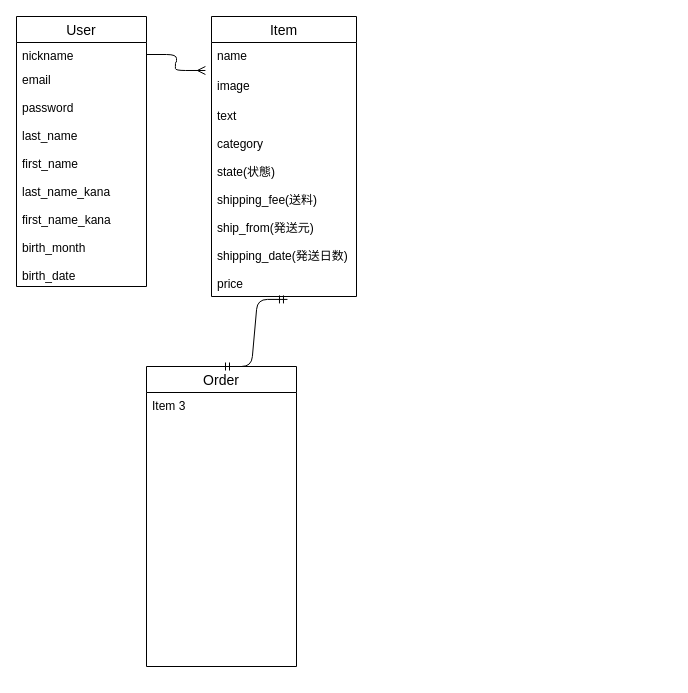
Above: er.dio in masataku/furima-32994 (draw.io), before the change. Source tidied: cells renumbered, new cells numbered last; positions are measured from the earlier drawing's top-left corner, leaving out a move shared by most shapes. Both pictures are drawn from the tidied source at 100%, with x=0, y=0 at pixel (16, 16).
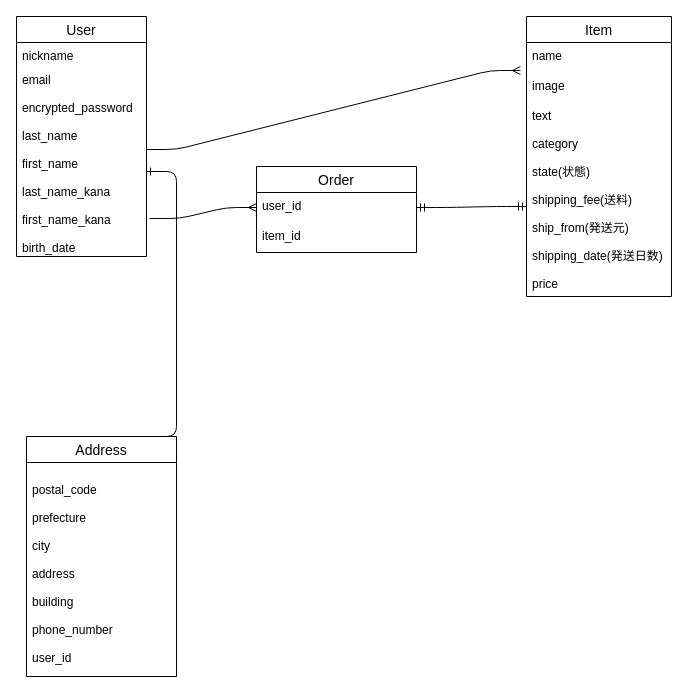
After the change.

Commit message (it also covers changes not shown here):
ER図とREADMEの修正

What changed in the source:
```diff
@@
 <mxGraphModel>
   <root>
     <mxCell id="0" />
     <mxCell id="1" parent="0" />
     <mxCell id="2" value="Item" style="swimlane;fontStyle=0;horizontal=1;startSize=26;align=center;fontSize=14;" parent="1" vertex="1">
-      <mxGeometry x="195" width="145" height="280" as="geometry" />
+      <mxGeometry x="510" width="145" height="280" as="geometry" />
     </mxCell>
     <mxCell id="3" value="name&#10;&#10;" style="text;strokeColor=none;fillColor=none;spacingLeft=4;spacingRight=4;overflow=hidden;fontSize=12;" parent="2" vertex="1">
       <mxGeometry y="26" width="145" height="30" as="geometry" />
     </mxCell>
     <mxCell id="4" value="image&#10;" style="text;strokeColor=none;fillColor=none;spacingLeft=4;spacingRight=4;overflow=hidden;points=[[0,0.5],[1,0.5]];portConstraint=eastwest;fontSize=12;" parent="2" vertex="1">
       <mxGeometry y="56" width="145" height="30" as="geometry" />
     </mxCell>
     <mxCell id="5" value="text&#10;&#10;category&#10;&#10;state(状態)&#10;&#10;shipping_fee(送料)&#10;&#10;ship_from(発送元)&#10;&#10;shipping_date(発送日数)&#10;&#10;price" style="text;strokeColor=none;fillColor=none;spacingLeft=4;spacingRight=4;overflow=hidden;points=[[0,0.5],[1,0.5]];portConstraint=eastwest;fontSize=12;" parent="2" vertex="1">
       <mxGeometry y="86" width="145" height="194" as="geometry" />
     </mxCell>
-    <mxCell id="6" value="Order" style="swimlane;fontStyle=0;horizontal=1;startSize=26;align=center;fontSize=14;" parent="1" vertex="1">
-      <mxGeometry x="130" y="350" width="150" height="300" as="geometry" />
+    <mxCell id="6" value="Address" style="swimlane;fontStyle=0;horizontal=1;startSize=26;align=center;fontSize=14;" parent="1" vertex="1">
+      <mxGeometry x="10" y="420" width="150" height="240" as="geometry" />
     </mxCell>
-    <mxCell id="7" value="Item 3" style="text;strokeColor=none;fillColor=none;spacingLeft=4;spacingRight=4;overflow=hidden;fontSize=12;" parent="6" vertex="1">
-      <mxGeometry y="26" width="150" height="274" as="geometry" />
+    <mxCell id="7" value="&#10;postal_code&#10;&#10;prefecture&#10;&#10;city&#10;&#10;address&#10;&#10;building&#10;&#10;phone_number&#10;&#10;user_id" style="text;strokeColor=none;fillColor=none;spacingLeft=4;spacingRight=4;overflow=hidden;fontSize=12;" parent="6" vertex="1">
+      <mxGeometry y="26" width="150" height="214" as="geometry" />
     </mxCell>
     <mxCell id="8" style="edgeStyle=entityRelationEdgeStyle;fontSize=12;html=1;endArrow=ERmany;exitX=1;exitY=0.5;exitDx=0;exitDy=0;entryX=-0.042;entryY=-0.067;entryDx=0;entryDy=0;entryPerimeter=0;" parent="1" edge="1" source="10" target="4">
       <mxGeometry relative="1" as="geometry" />
     </mxCell>
     <mxCell id="9" value="User" style="swimlane;fontStyle=0;horizontal=1;startSize=26;align=center;fontSize=14;" parent="1" vertex="1">
-      <mxGeometry width="130" height="270" as="geometry" />
+      <mxGeometry width="130" height="240" as="geometry" />
     </mxCell>
     <mxCell id="10" value="nickname" style="text;strokeColor=none;fillColor=none;spacingLeft=4;spacingRight=4;overflow=hidden;points=[[0,0.5],[1,0.5]];portConstraint=eastwest;fontSize=12;" parent="9" vertex="1">
-      <mxGeometry y="26" width="130" height="24" as="geometry" />
+      <mxGeometry y="26" width="130" height="214" as="geometry" />
     </mxCell>
-    <mxCell id="11" value="email&#10;&#10;password&#10;&#10;last_name&#10;&#10;first_name&#10;&#10;last_name_kana&#10;&#10;first_name_kana&#10;&#10;birth_month&#10;&#10;birth_date" style="text;strokeColor=none;fillColor=none;spacingLeft=4;spacingRight=4;overflow=hidden;points=[[0,0.5],[1,0.5]];portConstraint=eastwest;fontSize=12;" parent="9" vertex="1">
-      <mxGeometry y="50" width="130" height="220" as="geometry" />
+    <mxCell id="11" value="email&#10;&#10;encrypted_password&#10;&#10;last_name&#10;&#10;first_name&#10;&#10;last_name_kana&#10;&#10;first_name_kana&#10;&#10;birth_date" style="text;strokeColor=none;fillColor=none;spacingLeft=4;spacingRight=4;overflow=hidden;points=[[0,0.5],[1,0.5]];portConstraint=eastwest;fontSize=12;" parent="1" vertex="1">
+      <mxGeometry y="50" width="130" height="210" as="geometry" />
     </mxCell>
-    <mxCell id="12" style="edgeStyle=entityRelationEdgeStyle;fontSize=12;html=1;endArrow=ERmandOne;startArrow=ERmandOne;exitX=0.5;exitY=0;exitDx=0;exitDy=0;entryX=0.524;entryY=1.015;entryDx=0;entryDy=0;entryPerimeter=0;" parent="1" edge="1" source="6" target="5">
-      <mxGeometry relative="1" as="geometry" />
-    </mxCell>
+    <mxCell id="13" style="edgeStyle=entityRelationEdgeStyle;fontSize=12;html=1;endArrow=ERone;endFill=1;exitX=0.5;exitY=0;exitDx=0;exitDy=0;" parent="1" edge="1" source="6" target="11">
+      <mxGeometry relative="1" as="geometry" />
+    </mxCell>
+    <mxCell id="14" value="Order" style="swimlane;fontStyle=0;horizontal=1;startSize=26;align=center;fontSize=14;" parent="1" vertex="1">
+      <mxGeometry x="240" y="150" width="160" height="86" as="geometry" />
+    </mxCell>
+    <mxCell id="15" value="user_id" style="text;strokeColor=none;fillColor=none;spacingLeft=4;spacingRight=4;overflow=hidden;points=[[0,0.5],[1,0.5]];portConstraint=eastwest;fontSize=12;" parent="14" vertex="1">
+      <mxGeometry y="26" width="160" height="30" as="geometry" />
+    </mxCell>
+    <mxCell id="16" value="item_id" style="text;strokeColor=none;fillColor=none;spacingLeft=4;spacingRight=4;overflow=hidden;fontSize=12;" parent="14" vertex="1">
+      <mxGeometry y="56" width="160" height="30" as="geometry" />
+    </mxCell>
+    <mxCell id="17" style="edgeStyle=entityRelationEdgeStyle;fontSize=12;html=1;endArrow=ERmany;entryX=0;entryY=0.5;entryDx=0;entryDy=0;exitX=1.023;exitY=0.724;exitDx=0;exitDy=0;exitPerimeter=0;" parent="1" edge="1" source="11" target="15">
+      <mxGeometry relative="1" as="geometry" />
+    </mxCell>
+    <mxCell id="18" style="edgeStyle=entityRelationEdgeStyle;fontSize=12;html=1;endArrow=ERmandOne;startArrow=ERmandOne;exitX=1;exitY=0.5;exitDx=0;exitDy=0;" parent="1" edge="1" source="15">
+      <mxGeometry relative="1" as="geometry">
+        <mxPoint x="510" y="190" as="targetPoint" />
+      </mxGeometry>
+    </mxCell>
   </root>
 </mxGraphModel>
```
